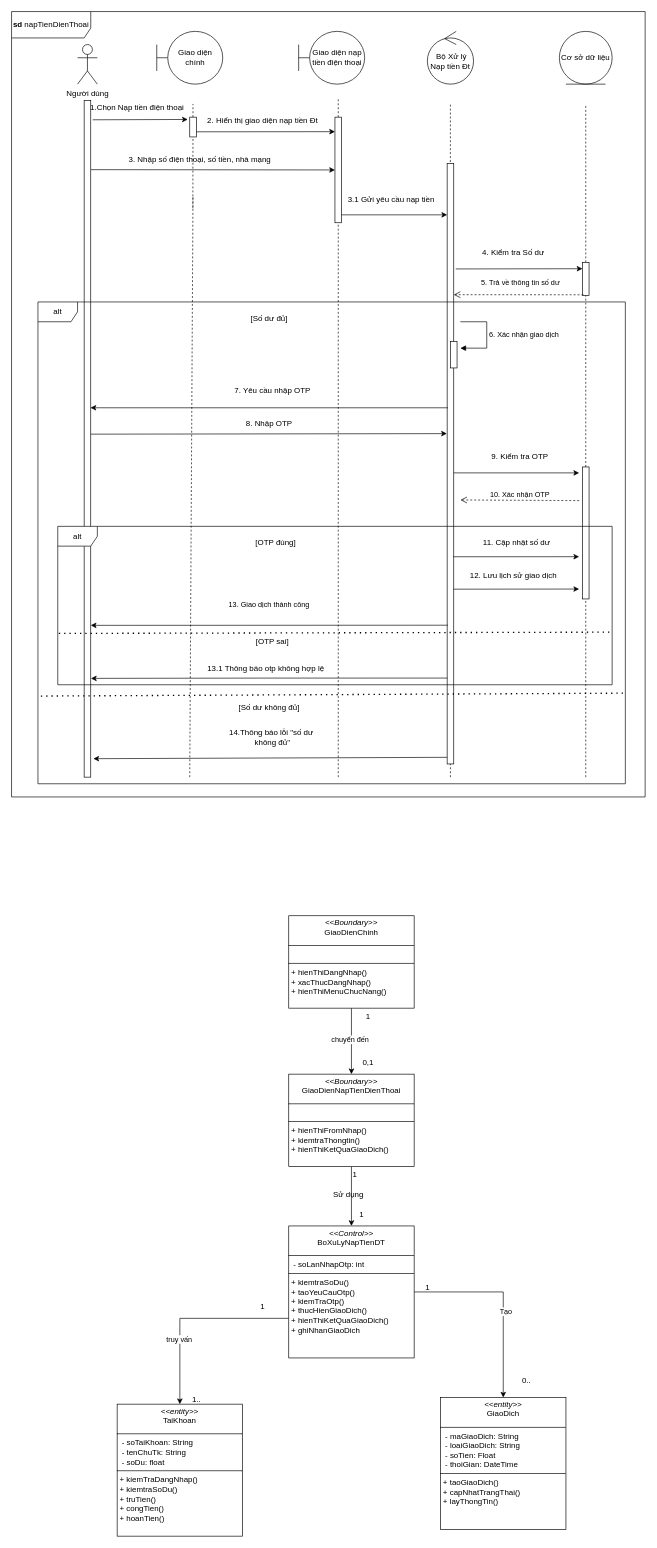
HoangDucBach/bghc keeps this draw.io diagram as page "Tuần tự" (1 of 4) of uml/BHDG_Usecase_6.0.0.1.drawio. Above is the earlier version. Source tidied: cells renumbered, new cells numbered last; positions are measured from the earlier drawing's top-left corner, leaving out a move shared by most shapes. Both pictures are drawn from the tidied source at 66%, with x=0, y=0 at pixel (11, 11).
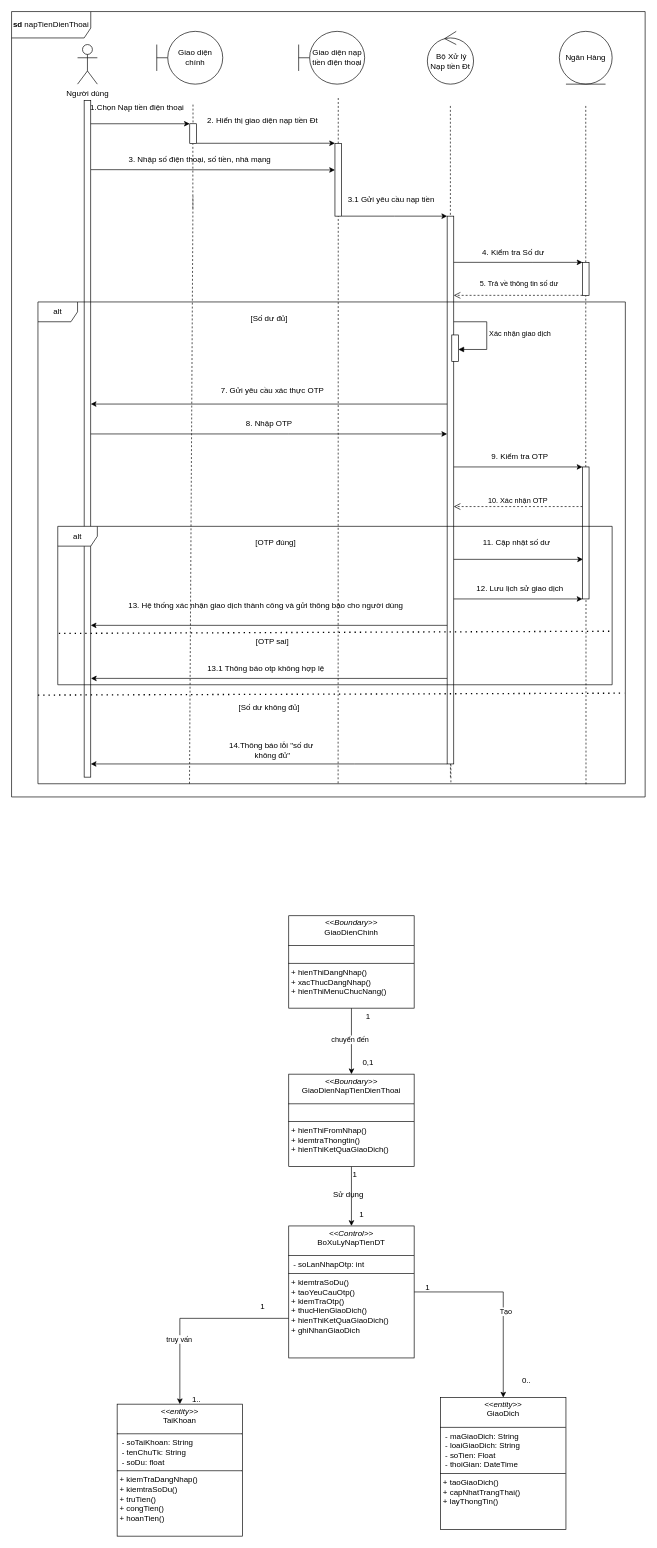
Above is the later version.

Unchanged cells that the change refers to:
```xml
<mxCell id="3" style="html=1;points=[];perimeter=orthogonalPerimeter;rounded=0;shadow=0;comic=0;labelBackgroundColor=none;strokeWidth=1;fontFamily=Verdana;fontSize=12;align=center;" parent="1" vertex="1">
  <mxGeometry x="110" y="135" width="10" height="1025" as="geometry" />
</mxCell>
<mxCell id="24" style="html=1;points=[];perimeter=orthogonalPerimeter;rounded=0;shadow=0;comic=0;labelBackgroundColor=none;strokeWidth=1;fontFamily=Verdana;fontSize=12;align=center;" parent="1" vertex="1">
  <mxGeometry x="865" y="380" width="10" height="50" as="geometry" />
</mxCell>
<mxCell id="55" style="html=1;points=[];perimeter=orthogonalPerimeter;rounded=0;shadow=0;comic=0;labelBackgroundColor=none;strokeWidth=1;fontFamily=Verdana;fontSize=12;align=center;" parent="1" vertex="1">
  <mxGeometry x="865" y="690" width="10" height="200" as="geometry" />
</mxCell>
<mxCell id="57" value="alt" style="shape=umlFrame;whiteSpace=wrap;html=1;" parent="1" vertex="1">
  <mxGeometry x="40" y="440" width="890" height="730" as="geometry" />
</mxCell>
<mxCell id="59" value="alt" style="shape=umlFrame;whiteSpace=wrap;html=1;" parent="1" vertex="1">
  <mxGeometry x="70" y="780" width="840" height="240" as="geometry" />
</mxCell>
```

The edit, as a diff of the source:
```diff
@@
-    <mxCell id="10" value="Cơ sở dữ liệu" style="ellipse;shape=umlEntity;whiteSpace=wrap;html=1;" parent="1" vertex="1">
+    <mxCell id="10" value="Ngân Hàng" style="ellipse;shape=umlEntity;whiteSpace=wrap;html=1;" parent="1" vertex="1">
       <mxGeometry x="830" y="30" width="80" height="80" as="geometry" />
     </mxCell>
-    <mxCell id="11" style="endArrow=none;dashed=1;html=1;rounded=0;exitX=0.498;exitY=-0.067;exitDx=0;exitDy=0;exitPerimeter=0;" parent="1" edge="1">
+    <mxCell id="11" style="endArrow=none;dashed=1;html=1;rounded=0;exitX=0.498;exitY=-0.067;exitDx=0;exitDy=0;exitPerimeter=0;" parent="1" edge="1" source="15">
       <mxGeometry relative="1" as="geometry">
-        <mxPoint x="274.7" y="298" as="sourcePoint" />
         <mxPoint x="274.9" y="140" as="targetPoint" />
       </mxGeometry>
     </mxCell>
-    <mxCell id="12" style="endArrow=none;dashed=1;html=1;rounded=0;" parent="1" edge="1" target="13">
+    <mxCell id="12" style="endArrow=none;dashed=1;html=1;rounded=0;exitX=0.511;exitY=0.999;exitDx=0;exitDy=0;exitPerimeter=0;" parent="1" edge="1" source="57" target="13">
       <mxGeometry relative="1" as="geometry">
-        <mxPoint x="495" y="1160" as="sourcePoint" />
         <Array as="points">
           <mxPoint x="495" y="330" />
         </Array>
       </mxGeometry>
     </mxCell>
     <mxCell id="13" style="html=1;points=[];perimeter=orthogonalPerimeter;rounded=0;shadow=0;comic=0;labelBackgroundColor=none;strokeWidth=1;fontFamily=Verdana;fontSize=12;align=center;" parent="1" vertex="1">
-      <mxGeometry x="490" y="160" width="10" height="160" as="geometry" />
+      <mxGeometry x="490" y="200" width="10" height="110" as="geometry" />
     </mxCell>
@@
-    <mxCell id="15" style="html=1;points=[];perimeter=orthogonalPerimeter;rounded=0;shadow=0;comic=0;labelBackgroundColor=none;strokeWidth=1;fontFamily=Verdana;fontSize=12;align=center;" parent="1" vertex="1">
-      <mxGeometry x="270" y="160" width="10" height="30" as="geometry" />
-    </mxCell>
     <mxCell id="16" style="endArrow=none;dashed=1;html=1;rounded=0;" parent="1" edge="1">
       <mxGeometry relative="1" as="geometry">
-        <mxPoint x="664.9" y="300" as="sourcePoint" />
+        <mxPoint x="665" y="1160" as="sourcePoint" />
         <mxPoint x="664.9" y="140" as="targetPoint" />
       </mxGeometry>
     </mxCell>
@@
-    <mxCell id="19" style="endArrow=none;dashed=1;html=1;rounded=0;" parent="1" edge="1">
+    <mxCell id="19" style="endArrow=none;dashed=1;html=1;rounded=0;exitX=0.258;exitY=1;exitDx=0;exitDy=0;exitPerimeter=0;" parent="1" edge="1" source="57">
       <mxGeometry relative="1" as="geometry">
-        <mxPoint x="270" y="1160" as="sourcePoint" />
         <mxPoint x="274.9" y="280" as="targetPoint" />
       </mxGeometry>
     </mxCell>
-    <mxCell id="20" value="&amp;nbsp;13. Giao dịch thành công&amp;nbsp;" style="edgeLabel;html=1;align=center;verticalAlign=middle;" parent="19" vertex="1">
-      <mxGeometry x="-0.76" y="4" relative="1" as="geometry">
-        <mxPoint x="123" y="-156" as="offset" />
-      </mxGeometry>
-    </mxCell>
-    <mxCell id="21" style="endArrow=none;dashed=1;html=1;rounded=0;" parent="1" edge="1" target="22">
-      <mxGeometry relative="1" as="geometry">
-        <mxPoint x="665" y="1160" as="sourcePoint" />
-      </mxGeometry>
+    <mxCell id="21" style="endArrow=none;dashed=1;html=1;rounded=0;exitX=0.703;exitY=0.997;exitDx=0;exitDy=0;exitPerimeter=0;" parent="1" edge="1" source="57" target="22">
+      <mxGeometry relative="1" as="geometry" />
     </mxCell>
     <mxCell id="22" style="html=1;points=[];perimeter=orthogonalPerimeter;rounded=0;shadow=0;comic=0;labelBackgroundColor=none;strokeWidth=1;fontFamily=Verdana;fontSize=12;align=center;" parent="1" vertex="1">
-      <mxGeometry x="660" y="230" width="10" height="910" as="geometry" />
+      <mxGeometry x="660" y="310" width="10" height="830" as="geometry" />
     </mxCell>
@@
-    <mxCell id="26" value="7. Yêu cầu nhập OTP" style="text;html=1;align=center;verticalAlign=middle;strokeColor=none;fillColor=none;" parent="1" vertex="1">
-      <mxGeometry x="325" y="560" width="140" height="30" as="geometry" />
+    <mxCell id="26" value="7.&amp;nbsp;Gửi yêu cầu xác thực OTP" style="text;html=1;align=center;verticalAlign=middle;strokeColor=none;fillColor=none;" parent="1" vertex="1">
+      <mxGeometry x="305" y="560" width="180" height="30" as="geometry" />
     </mxCell>
@@
-    <mxCell id="30" style="edgeStyle=orthogonalEdgeStyle;rounded=0;jettySize=auto;html=1;exitX=0.033;exitY=0.857;exitDx=0;exitDy=0;exitPerimeter=0;entryX=1.033;entryY=0.854;entryDx=0;entryDy=0;entryPerimeter=0;" parent="1" edge="1" source="22" target="3">
-      <mxGeometry relative="1" as="geometry" />
+    <mxCell id="30" style="edgeStyle=orthogonalEdgeStyle;rounded=0;jettySize=auto;html=1;entryX=1.033;entryY=0.854;entryDx=0;entryDy=0;entryPerimeter=0;" parent="1" edge="1" source="22" target="3">
+      <mxGeometry relative="1" as="geometry">
+        <Array as="points">
+          <mxPoint x="390" y="1010" />
+        </Array>
+      </mxGeometry>
     </mxCell>
@@
     <mxCell id="32" value="14.Thông báo lỗi &quot;số dư&amp;nbsp;&lt;div&gt;không đủ&quot;&lt;/div&gt;" style="text;html=1;align=center;verticalAlign=middle;strokeColor=none;fillColor=none;" parent="1" vertex="1">
-      <mxGeometry x="320" y="1080" width="150" height="40" as="geometry" />
+      <mxGeometry x="320" y="1100" width="150" height="40" as="geometry" />
     </mxCell>
@@
-    <mxCell id="34" style="endArrow=none;dashed=1;html=1;dashPattern=1 3;strokeWidth=2;rounded=0;exitX=0.005;exitY=0.818;exitDx=0;exitDy=0;exitPerimeter=0;entryX=0.998;entryY=0.812;entryDx=0;entryDy=0;entryPerimeter=0;" parent="1" edge="1" source="57" target="57">
+    <mxCell id="34" style="endArrow=none;dashed=1;html=1;dashPattern=1 3;strokeWidth=2;rounded=0;exitX=0;exitY=0.816;exitDx=0;exitDy=0;exitPerimeter=0;entryX=0.998;entryY=0.812;entryDx=0;entryDy=0;entryPerimeter=0;" parent="1" edge="1" source="57" target="57">
       <mxGeometry relative="1" as="geometry" />
     </mxCell>
-    <mxCell id="35" style="endArrow=classic;html=1;rounded=0;entryX=0;entryY=0.193;entryDx=0;entryDy=0;entryPerimeter=0;" parent="1" edge="1" target="24">
+    <mxCell id="35" style="endArrow=classic;html=1;rounded=0;" parent="1" edge="1" source="22" target="24">
       <mxGeometry relative="1" as="geometry">
-        <mxPoint x="673" y="390" as="sourcePoint" />
+        <Array as="points">
+          <mxPoint x="790" y="380" />
+        </Array>
       </mxGeometry>
     </mxCell>
@@
-    <mxCell id="37" style="endArrow=classic;html=1;rounded=0;entryX=-0.3;entryY=0.117;entryDx=0;entryDy=0;entryPerimeter=0;" parent="1" edge="1" target="15">
+    <mxCell id="37" style="endArrow=classic;html=1;rounded=0;" parent="1" edge="1">
       <mxGeometry relative="1" as="geometry">
-        <mxPoint x="123" y="164" as="sourcePoint" />
+        <mxPoint x="120" y="170" as="sourcePoint" />
+        <mxPoint x="270" y="170" as="targetPoint" />
       </mxGeometry>
     </mxCell>
     <mxCell id="38" style="endArrow=classic;html=1;rounded=0;exitX=0.9;exitY=0.739;exitDx=0;exitDy=0;exitPerimeter=0;" parent="1" edge="1">
       <mxGeometry relative="1" as="geometry">
-        <mxPoint x="280" y="182.2" as="sourcePoint" />
-        <mxPoint x="490" y="182" as="targetPoint" />
+        <mxPoint x="280" y="199.6" as="sourcePoint" />
+        <mxPoint x="490" y="199.5" as="targetPoint" />
       </mxGeometry>
     </mxCell>
@@
-    <mxCell id="41" style="endArrow=classic;html=1;rounded=0;" parent="1" edge="1">
+    <mxCell id="41" style="endArrow=classic;html=1;rounded=0;" parent="1" edge="1" source="13" target="22">
       <mxGeometry relative="1" as="geometry">
-        <mxPoint x="500" y="308" as="sourcePoint" />
-        <mxPoint x="660" y="308" as="targetPoint" />
+        <Array as="points">
+          <mxPoint x="580" y="310" />
+        </Array>
       </mxGeometry>
     </mxCell>
@@
-    <mxCell id="43" value="5. Trả về thông tin số dư" style="html=1;verticalAlign=bottom;endArrow=open;dashed=1;endSize=8;curved=0;rounded=0;exitX=0.155;exitY=0.983;exitDx=0;exitDy=0;exitPerimeter=0;entryX=1.282;entryY=0.254;entryDx=0;entryDy=0;entryPerimeter=0;" parent="1" edge="1" source="24">
+    <mxCell id="43" value="5. Trả về thông tin số dư" style="html=1;verticalAlign=bottom;endArrow=open;dashed=1;endSize=8;curved=0;rounded=0;" parent="1" edge="1">
       <mxGeometry x="-0.02" y="-9" relative="1" as="geometry">
-        <mxPoint x="670" y="429" as="targetPoint" />
+        <mxPoint x="865" y="430" as="sourcePoint" />
+        <mxPoint x="670" y="430" as="targetPoint" />
       </mxGeometry>
     </mxCell>
-    <mxCell id="44" style="html=1;perimeter=orthogonalPerimeter;targetShapes=umlLifeline;newEdgeStyle={&quot;curved&quot;:0,&quot;rounded&quot;:0};" parent="1" vertex="1">
-      <mxGeometry x="665" y="500" width="10" height="40" as="geometry" />
-    </mxCell>
-    <mxCell id="45" value="6. Xác nhận giao dịch" style="html=1;align=left;spacingLeft=2;endArrow=block;rounded=0;edgeStyle=orthogonalEdgeStyle;curved=0;rounded=0;" parent="1" edge="1">
-      <mxGeometry relative="1" as="geometry">
-        <mxPoint x="680" y="470" as="sourcePoint" />
-        <mxPoint x="680" y="510" as="targetPoint" />
-        <Array as="points">
-          <mxPoint x="690" y="470" />
-          <mxPoint x="720" y="470" />
-          <mxPoint x="720" y="510" />
-        </Array>
-      </mxGeometry>
-    </mxCell>
-    <mxCell id="46" style="endArrow=classic;html=1;rounded=0;exitX=0.12;exitY=0.407;exitDx=0;exitDy=0;exitPerimeter=0;entryX=0.96;entryY=0.454;entryDx=0;entryDy=0;entryPerimeter=0;" parent="1" edge="1" source="22" target="3">
-      <mxGeometry relative="1" as="geometry" />
+    <mxCell id="46" style="endArrow=classic;html=1;rounded=0;" parent="1" edge="1">
+      <mxGeometry relative="1" as="geometry">
+        <mxPoint x="660" y="594.7" as="sourcePoint" />
+        <mxPoint x="120" y="594.7" as="targetPoint" />
+      </mxGeometry>
     </mxCell>
-    <mxCell id="47" style="endArrow=classic;html=1;rounded=0;exitX=1.015;exitY=0.493;exitDx=0;exitDy=0;exitPerimeter=0;entryX=-0.045;entryY=0.45;entryDx=0;entryDy=0;entryPerimeter=0;" parent="1" edge="1" source="3" target="22">
-      <mxGeometry relative="1" as="geometry" />
+    <mxCell id="47" style="endArrow=classic;html=1;rounded=0;" parent="1" edge="1" source="3" target="22">
+      <mxGeometry relative="1" as="geometry">
+        <Array as="points">
+          <mxPoint x="420" y="640" />
+        </Array>
+      </mxGeometry>
     </mxCell>
     <mxCell id="48" style="endArrow=classic;html=1;rounded=0;" parent="1" edge="1">
       <mxGeometry relative="1" as="geometry">
-        <mxPoint x="670" y="699" as="sourcePoint" />
-        <mxPoint x="860" y="699" as="targetPoint" />
+        <mxPoint x="670" y="690" as="sourcePoint" />
+        <mxPoint x="865" y="690" as="targetPoint" />
       </mxGeometry>
     </mxCell>
-    <mxCell id="49" value="10. Xác nhận OTP" style="html=1;verticalAlign=bottom;endArrow=open;dashed=1;endSize=8;curved=0;rounded=0;" parent="1" edge="1">
+    <mxCell id="49" value="10. Xác nhận OTP" style="html=1;verticalAlign=bottom;endArrow=open;dashed=1;endSize=8;curved=0;rounded=0;" parent="1" edge="1" source="55" target="22">
       <mxGeometry relative="1" as="geometry">
-        <mxPoint x="860" y="741" as="sourcePoint" />
-        <mxPoint x="680" y="740" as="targetPoint" />
+        <Array as="points">
+          <mxPoint x="780" y="750" />
+        </Array>
       </mxGeometry>
     </mxCell>
-    <mxCell id="50" style="endArrow=classic;html=1;rounded=0;exitX=0.924;exitY=0.655;exitDx=0;exitDy=0;exitPerimeter=0;" parent="1" edge="1" source="22">
+    <mxCell id="50" style="endArrow=classic;html=1;rounded=0;exitX=0.924;exitY=0.655;exitDx=0;exitDy=0;exitPerimeter=0;" parent="1" edge="1">
       <mxGeometry relative="1" as="geometry">
-        <mxPoint x="860" y="826" as="targetPoint" />
+        <mxPoint x="670" y="830" as="sourcePoint" />
+        <mxPoint x="865.8" y="830" as="targetPoint" />
       </mxGeometry>
     </mxCell>
-    <mxCell id="51" style="endArrow=classic;html=1;rounded=0;exitX=0.962;exitY=0.709;exitDx=0;exitDy=0;exitPerimeter=0;" parent="1" edge="1" source="22">
+    <mxCell id="51" style="endArrow=classic;html=1;rounded=0;" parent="1" edge="1">
       <mxGeometry relative="1" as="geometry">
-        <mxPoint x="860" y="875" as="targetPoint" />
+        <mxPoint x="670" y="890" as="sourcePoint" />
+        <mxPoint x="865" y="890" as="targetPoint" />
       </mxGeometry>
     </mxCell>
     <mxCell id="52" value="12. Lưu lịch sử giao dịch" style="text;html=1;align=center;verticalAlign=middle;strokeColor=none;fillColor=none;" parent="1" vertex="1">
-      <mxGeometry x="685" y="840" width="150" height="30" as="geometry" />
+      <mxGeometry x="695" y="860" width="150" height="30" as="geometry" />
     </mxCell>
-    <mxCell id="53" style="endArrow=classic;html=1;rounded=0;exitX=0.1;exitY=0.769;exitDx=0;exitDy=0;exitPerimeter=0;" parent="1" edge="1" source="22">
+    <mxCell id="53" style="endArrow=classic;html=1;rounded=0;" parent="1" edge="1" source="22">
       <mxGeometry relative="1" as="geometry">
         <mxPoint x="120" y="930" as="targetPoint" />
       </mxGeometry>
     </mxCell>
-    <mxCell id="54" style="endArrow=none;dashed=1;html=1;rounded=0;" parent="1" edge="1" target="55">
-      <mxGeometry relative="1" as="geometry">
-        <mxPoint x="870" y="1160" as="sourcePoint" />
-      </mxGeometry>
+    <mxCell id="54" style="endArrow=none;dashed=1;html=1;rounded=0;exitX=0.933;exitY=1.001;exitDx=0;exitDy=0;exitPerimeter=0;" parent="1" edge="1" source="57" target="55">
+      <mxGeometry relative="1" as="geometry" />
     </mxCell>
@@
-    <mxCell id="56" style="endArrow=classic;html=1;rounded=0;exitX=0;exitY=0.989;exitDx=0;exitDy=0;exitPerimeter=0;" parent="1" edge="1" source="22">
+    <mxCell id="56" style="endArrow=classic;html=1;rounded=0;" parent="1" edge="1" source="22" target="3">
       <mxGeometry relative="1" as="geometry">
-        <mxPoint x="124" y="1132" as="targetPoint" />
+        <Array as="points">
+          <mxPoint x="520" y="1140" />
+        </Array>
       </mxGeometry>
     </mxCell>
@@
-    <mxCell id="58" style="endArrow=none;dashed=1;html=1;dashPattern=1 3;strokeWidth=2;rounded=0;entryX=0.997;entryY=0.668;entryDx=0;entryDy=0;entryPerimeter=0;exitX=0.002;exitY=0.676;exitDx=0;exitDy=0;exitPerimeter=0;" parent="1" edge="1" source="59" target="59">
+    <mxCell id="58" style="endArrow=none;dashed=1;html=1;dashPattern=1 3;strokeWidth=2;rounded=0;entryX=1;entryY=0.662;entryDx=0;entryDy=0;entryPerimeter=0;exitX=0.002;exitY=0.676;exitDx=0;exitDy=0;exitPerimeter=0;" parent="1" edge="1" source="59" target="59">
       <mxGeometry relative="1" as="geometry" />
     </mxCell>
@@
+    <mxCell id="84" style="html=1;perimeter=orthogonalPerimeter;targetShapes=umlLifeline;newEdgeStyle={&quot;curved&quot;:0,&quot;rounded&quot;:0};" parent="1" vertex="1">
+      <mxGeometry x="667" y="490" width="10" height="40" as="geometry" />
+    </mxCell>
+    <mxCell id="85" value="Xác nhận giao dịch" style="html=1;align=left;spacingLeft=2;endArrow=block;rounded=0;edgeStyle=orthogonalEdgeStyle;curved=0;rounded=0;" parent="1" edge="1" source="22">
+      <mxGeometry relative="1" as="geometry">
+        <mxPoint x="677" y="512" as="targetPoint" />
+        <Array as="points">
+          <mxPoint x="720" y="470" />
+          <mxPoint x="720" y="512" />
+        </Array>
+      </mxGeometry>
+    </mxCell>
+    <mxCell id="86" style="endArrow=none;dashed=1;html=1;rounded=0;exitX=0.498;exitY=-0.067;exitDx=0;exitDy=0;exitPerimeter=0;" parent="1" edge="1" target="15">
+      <mxGeometry relative="1" as="geometry">
+        <mxPoint x="274.7" y="298" as="sourcePoint" />
+      </mxGeometry>
+    </mxCell>
+    <mxCell id="15" style="html=1;points=[];perimeter=orthogonalPerimeter;rounded=0;shadow=0;comic=0;labelBackgroundColor=none;strokeWidth=1;fontFamily=Verdana;fontSize=12;align=center;" parent="1" vertex="1">
+      <mxGeometry x="270" y="170" width="10" height="30" as="geometry" />
+    </mxCell>
+    <mxCell id="87" value="13. Hệ thống xác nhận giao dịch thành công và gửi thông báo cho người dùng" style="text;html=1;align=center;verticalAlign=middle;strokeColor=none;fillColor=none;" parent="1" vertex="1">
+      <mxGeometry x="170" y="885" width="430" height="30" as="geometry" />
+    </mxCell>
```
